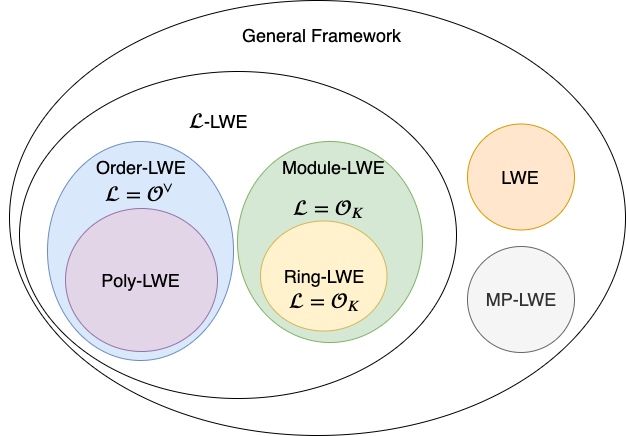
Earlier version of the draw.io export files/General-LWE.png (yczhangsjtu/AlgebraicLWE). Source tidied: cells renumbered, new cells last; positions are measured from the earlier drawing's top-left corner, leaving out a move shared by most shapes. Source of this version:
```xml
<mxGraphModel math="1">
  <root>
    <mxCell id="0" />
    <mxCell id="1" parent="0" />
    <mxCell id="2" style="ellipse;whiteSpace=wrap;html=1;fillColor=#FFFFFF;gradientColor=none;fontSize=18;fontColor=#000000;" parent="1" vertex="1">
      <mxGeometry x="8" width="616" height="435" as="geometry" />
    </mxCell>
    <mxCell id="3" style="ellipse;whiteSpace=wrap;html=1;fillColor=#FFFFFF;gradientColor=none;fontSize=18;fontColor=#000000;" parent="1" vertex="1">
      <mxGeometry x="18" y="71" width="437" height="327" as="geometry" />
    </mxCell>
    <mxCell id="4" value="\(\mathcal{L}\)-LWE" style="text;html=1;align=center;verticalAlign=middle;fontSize=18;fontColor=#000000;" parent="1" vertex="1">
      <mxGeometry x="135" y="108" width="166" height="26" as="geometry" />
    </mxCell>
    <mxCell id="5" style="ellipse;whiteSpace=wrap;html=1;fillColor=#dae8fc;fontSize=18;strokeColor=#6c8ebf;" parent="1" vertex="1">
      <mxGeometry x="46" y="141" width="186" height="219" as="geometry" />
    </mxCell>
    <mxCell id="6" value="Order-LWE" style="text;html=1;align=center;verticalAlign=middle;fontSize=18;fontColor=#000000;" parent="1" vertex="1">
      <mxGeometry x="90" y="154" width="100" height="26" as="geometry" />
    </mxCell>
    <mxCell id="7" value="Poly-LWE" style="ellipse;whiteSpace=wrap;html=1;fillColor=#e1d5e7;fontSize=18;strokeColor=#9673a6;" parent="1" vertex="1">
      <mxGeometry x="64" y="208" width="152" height="143" as="geometry" />
    </mxCell>
    <mxCell id="8" style="ellipse;whiteSpace=wrap;html=1;fillColor=#d5e8d4;fontSize=18;strokeColor=#82b366;" parent="1" vertex="1">
      <mxGeometry x="236" y="141" width="185" height="201" as="geometry" />
    </mxCell>
    <mxCell id="9" value="Module-LWE" style="text;html=1;align=center;verticalAlign=middle;fontSize=18;fontColor=#000000;" parent="1" vertex="1">
      <mxGeometry x="276" y="154" width="113" height="26" as="geometry" />
    </mxCell>
    <mxCell id="10" value="Ring-LWE" style="ellipse;whiteSpace=wrap;html=1;fillColor=#fff2cc;fontSize=18;strokeColor=#d6b656;" parent="1" vertex="1">
      <mxGeometry x="259" y="220.5" width="126.5" height="110" as="geometry" />
    </mxCell>
    <mxCell id="11" value="MP-LWE" style="ellipse;whiteSpace=wrap;html=1;fillColor=#f5f5f5;fontSize=18;fontColor=#333333;strokeColor=#666666;" parent="1" vertex="1">
      <mxGeometry x="466" y="246" width="107" height="106" as="geometry" />
    </mxCell>
    <mxCell id="12" value="\(\mathcal{L}=\mathcal{O}^{\vee}\)" style="text;html=1;align=center;verticalAlign=middle;fontSize=18;fontColor=#000000;" parent="1" vertex="1">
      <mxGeometry x="-0.5" y="180" width="281" height="26" as="geometry" />
    </mxCell>
    <mxCell id="13" value="\(\mathcal{L}=\mathcal{O}_K\)" style="text;html=1;align=center;verticalAlign=middle;fontSize=18;fontColor=#000000;" parent="1" vertex="1">
      <mxGeometry x="200.5" y="287.5" width="249" height="26" as="geometry" />
    </mxCell>
    <mxCell id="14" value="\(\mathcal{L}=\mathcal{O}_K\)" style="text;html=1;align=center;verticalAlign=middle;fontSize=18;fontColor=#000000;" parent="1" vertex="1">
      <mxGeometry x="204.5" y="194.5" width="249" height="26" as="geometry" />
    </mxCell>
    <mxCell id="15" value="LWE" style="ellipse;whiteSpace=wrap;html=1;fillColor=#ffe6cc;fontSize=18;strokeColor=#d79b00;" parent="1" vertex="1">
      <mxGeometry x="466" y="123.5" width="107" height="106" as="geometry" />
    </mxCell>
    <mxCell id="16" value="General Framework" style="text;html=1;align=center;verticalAlign=middle;fontSize=18;fontColor=#000000;" parent="1" vertex="1">
      <mxGeometry x="236" y="22" width="169" height="26" as="geometry" />
    </mxCell>
  </root>
</mxGraphModel>
```
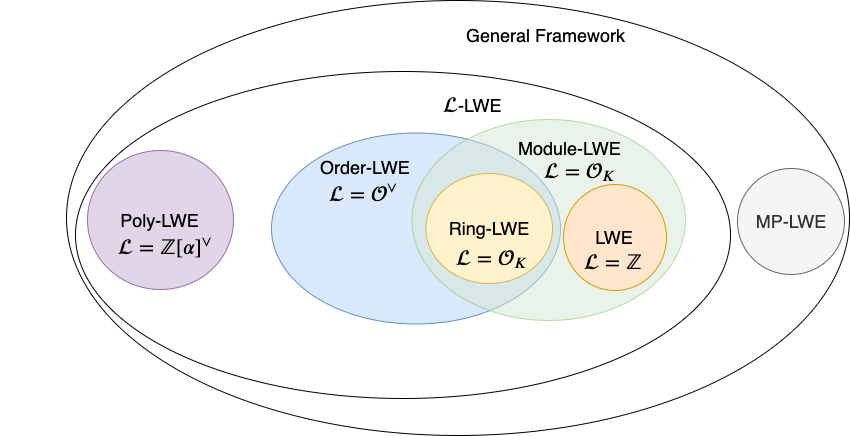
After the change.

What changed in the source:
```diff
@@ -3,49 +3,55 @@
     <mxCell id="0" />
     <mxCell id="1" parent="0" />
     <mxCell id="2" style="ellipse;whiteSpace=wrap;html=1;fillColor=#FFFFFF;gradientColor=none;fontSize=18;fontColor=#000000;" parent="1" vertex="1">
-      <mxGeometry x="8" width="616" height="435" as="geometry" />
+      <mxGeometry x="-69" y="95" width="783" height="435" as="geometry" />
     </mxCell>
     <mxCell id="3" style="ellipse;whiteSpace=wrap;html=1;fillColor=#FFFFFF;gradientColor=none;fontSize=18;fontColor=#000000;" parent="1" vertex="1">
-      <mxGeometry x="18" y="71" width="437" height="327" as="geometry" />
+      <mxGeometry x="-60" y="166" width="655" height="327" as="geometry" />
     </mxCell>
     <mxCell id="4" value="\(\mathcal{L}\)-LWE" style="text;html=1;align=center;verticalAlign=middle;fontSize=18;fontColor=#000000;" parent="1" vertex="1">
-      <mxGeometry x="135" y="108" width="166" height="26" as="geometry" />
+      <mxGeometry x="255" y="187" width="166" height="26" as="geometry" />
     </mxCell>
     <mxCell id="5" style="ellipse;whiteSpace=wrap;html=1;fillColor=#dae8fc;fontSize=18;strokeColor=#6c8ebf;" parent="1" vertex="1">
-      <mxGeometry x="46" y="141" width="186" height="219" as="geometry" />
+      <mxGeometry x="136" y="227.5" width="289" height="191" as="geometry" />
     </mxCell>
     <mxCell id="6" value="Order-LWE" style="text;html=1;align=center;verticalAlign=middle;fontSize=18;fontColor=#000000;" parent="1" vertex="1">
-      <mxGeometry x="90" y="154" width="100" height="26" as="geometry" />
+      <mxGeometry x="180" y="249" width="100" height="26" as="geometry" />
     </mxCell>
     <mxCell id="7" value="Poly-LWE" style="ellipse;whiteSpace=wrap;html=1;fillColor=#e1d5e7;fontSize=18;strokeColor=#9673a6;" parent="1" vertex="1">
-      <mxGeometry x="64" y="208" width="152" height="143" as="geometry" />
+      <mxGeometry x="-48" y="245" width="146" height="139" as="geometry" />
     </mxCell>
-    <mxCell id="8" style="ellipse;whiteSpace=wrap;html=1;fillColor=#d5e8d4;fontSize=18;strokeColor=#82b366;" parent="1" vertex="1">
-      <mxGeometry x="236" y="141" width="185" height="201" as="geometry" />
+    <mxCell id="8" style="ellipse;whiteSpace=wrap;html=1;fillColor=#d5e8d4;fontSize=18;strokeColor=#82b366;opacity=50;" parent="1" vertex="1">
+      <mxGeometry x="276.5" y="214" width="273.5" height="201" as="geometry" />
     </mxCell>
     <mxCell id="9" value="Module-LWE" style="text;html=1;align=center;verticalAlign=middle;fontSize=18;fontColor=#000000;" parent="1" vertex="1">
-      <mxGeometry x="276" y="154" width="113" height="26" as="geometry" />
+      <mxGeometry x="378.5" y="230" width="113" height="26" as="geometry" />
     </mxCell>
     <mxCell id="10" value="Ring-LWE" style="ellipse;whiteSpace=wrap;html=1;fillColor=#fff2cc;fontSize=18;strokeColor=#d6b656;" parent="1" vertex="1">
-      <mxGeometry x="259" y="220.5" width="126.5" height="110" as="geometry" />
+      <mxGeometry x="290.5" y="268" width="126.5" height="110" as="geometry" />
     </mxCell>
     <mxCell id="11" value="MP-LWE" style="ellipse;whiteSpace=wrap;html=1;fillColor=#f5f5f5;fontSize=18;fontColor=#333333;strokeColor=#666666;" parent="1" vertex="1">
-      <mxGeometry x="466" y="246" width="107" height="106" as="geometry" />
+      <mxGeometry x="602" y="263" width="107" height="106" as="geometry" />
     </mxCell>
     <mxCell id="12" value="\(\mathcal{L}=\mathcal{O}^{\vee}\)" style="text;html=1;align=center;verticalAlign=middle;fontSize=18;fontColor=#000000;" parent="1" vertex="1">
-      <mxGeometry x="-0.5" y="180" width="281" height="26" as="geometry" />
+      <mxGeometry x="89.5" y="275" width="281" height="26" as="geometry" />
     </mxCell>
-    <mxCell id="13" value="\(\mathcal{L}=\mathcal{O}_K\)" style="text;html=1;align=center;verticalAlign=middle;fontSize=18;fontColor=#000000;" parent="1" vertex="1">
-      <mxGeometry x="200.5" y="287.5" width="249" height="26" as="geometry" />
+    <mxCell id="13" value="\(\mathcal{L}=\mathbb{Z}[\alpha]^{\vee}\)" style="text;html=1;align=center;verticalAlign=middle;fontSize=18;fontColor=#000000;" parent="1" vertex="1">
+      <mxGeometry x="-135" y="329" width="334" height="26" as="geometry" />
     </mxCell>
     <mxCell id="14" value="\(\mathcal{L}=\mathcal{O}_K\)" style="text;html=1;align=center;verticalAlign=middle;fontSize=18;fontColor=#000000;" parent="1" vertex="1">
-      <mxGeometry x="204.5" y="194.5" width="249" height="26" as="geometry" />
+      <mxGeometry x="234" y="340" width="249" height="26" as="geometry" />
     </mxCell>
-    <mxCell id="15" value="LWE" style="ellipse;whiteSpace=wrap;html=1;fillColor=#ffe6cc;fontSize=18;strokeColor=#d79b00;" parent="1" vertex="1">
-      <mxGeometry x="466" y="123.5" width="107" height="106" as="geometry" />
+    <mxCell id="15" value="\(\mathcal{L}=\mathcal{O}_K\)" style="text;html=1;align=center;verticalAlign=middle;fontSize=18;fontColor=#000000;" parent="1" vertex="1">
+      <mxGeometry x="322" y="253" width="249" height="26" as="geometry" />
     </mxCell>
-    <mxCell id="16" value="General Framework" style="text;html=1;align=center;verticalAlign=middle;fontSize=18;fontColor=#000000;" parent="1" vertex="1">
-      <mxGeometry x="236" y="22" width="169" height="26" as="geometry" />
+    <mxCell id="16" value="LWE" style="ellipse;whiteSpace=wrap;html=1;fillColor=#ffe6cc;fontSize=18;strokeColor=#d79b00;" parent="1" vertex="1">
+      <mxGeometry x="428" y="279" width="103" height="106" as="geometry" />
     </mxCell>
+    <mxCell id="17" value="General Framework" style="text;html=1;align=center;verticalAlign=middle;fontSize=18;fontColor=#000000;" parent="1" vertex="1">
+      <mxGeometry x="326" y="117" width="169" height="26" as="geometry" />
+    </mxCell>
+    <mxCell id="18" value="\(\mathcal{L}=\mathbb{Z}\)" style="text;html=1;align=center;verticalAlign=middle;fontSize=18;fontColor=#000000;" parent="1" vertex="1">
+      <mxGeometry x="369" y="343.5" width="221" height="26" as="geometry" />
+    </mxCell>
   </root>
 </mxGraphModel>
```
